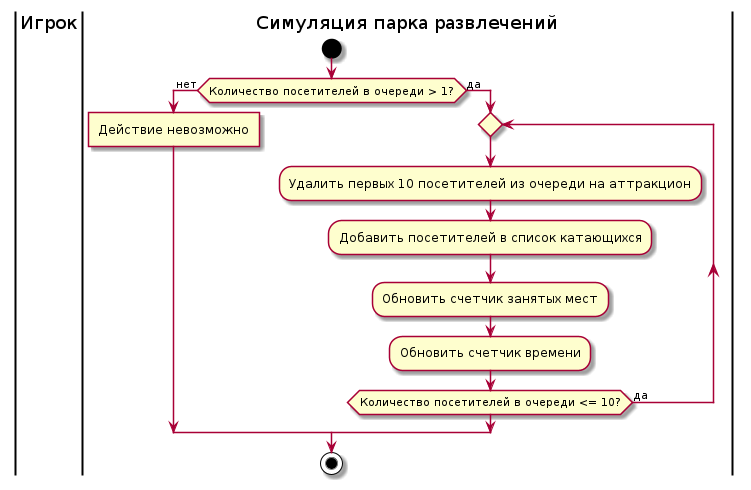
The PlantUML diagram description/images/turn-attraction-on-activity-diagram.png in mzhirko/amusement-park, before a commit.
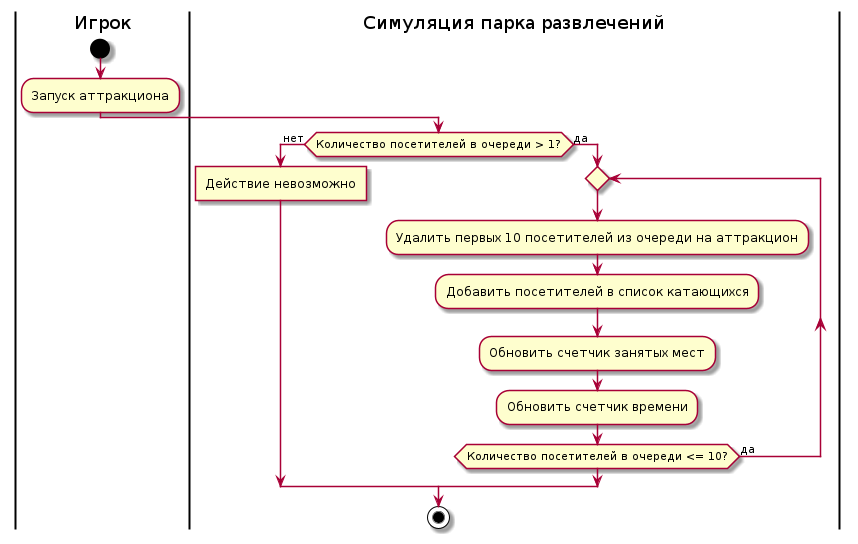
After the commit.

Commit message:
Edit activity diagrams

Diff of the diagram source:
```diff
@@ -1,8 +1,9 @@
 @startuml turn-attraction-on-activity-diagram
 skinparam ConditionEndStyle hline
 |Игрок|
+start
+:Запуск аттракциона;
 |Симуляция парка развлечений|
-start
 if (Количество посетителей в очереди > 1?) then (нет)
 :Действие невозможно]
 else (да)
```
